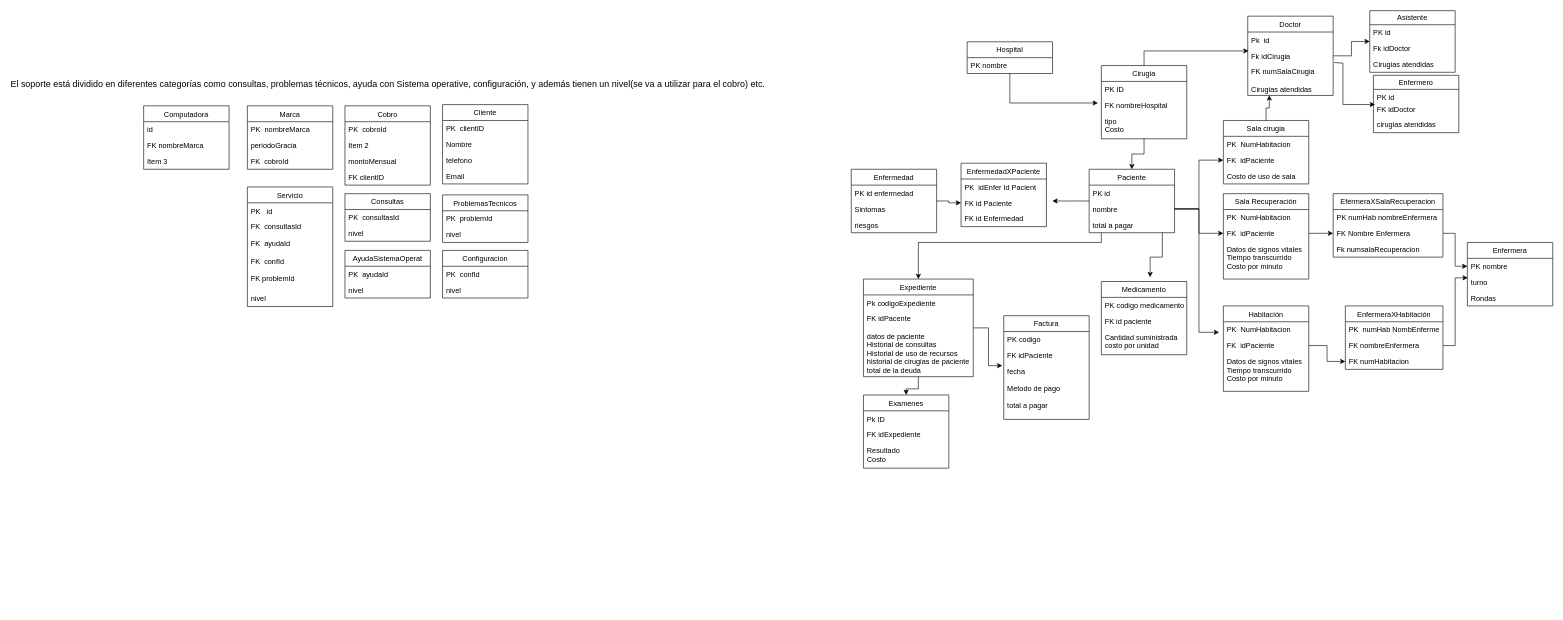
AlexAlvCe/Modelos-Diagramas-bases1 keeps this draw.io diagram as Untitled Diagram.drawio. Above is the earlier version. Source tidied: cells renumbered, new cells numbered last; positions are measured from the earlier drawing's top-left corner, leaving out a move shared by most shapes. Both pictures are drawn from the tidied source at 61%, with x=0, y=0 at pixel (40, 10).
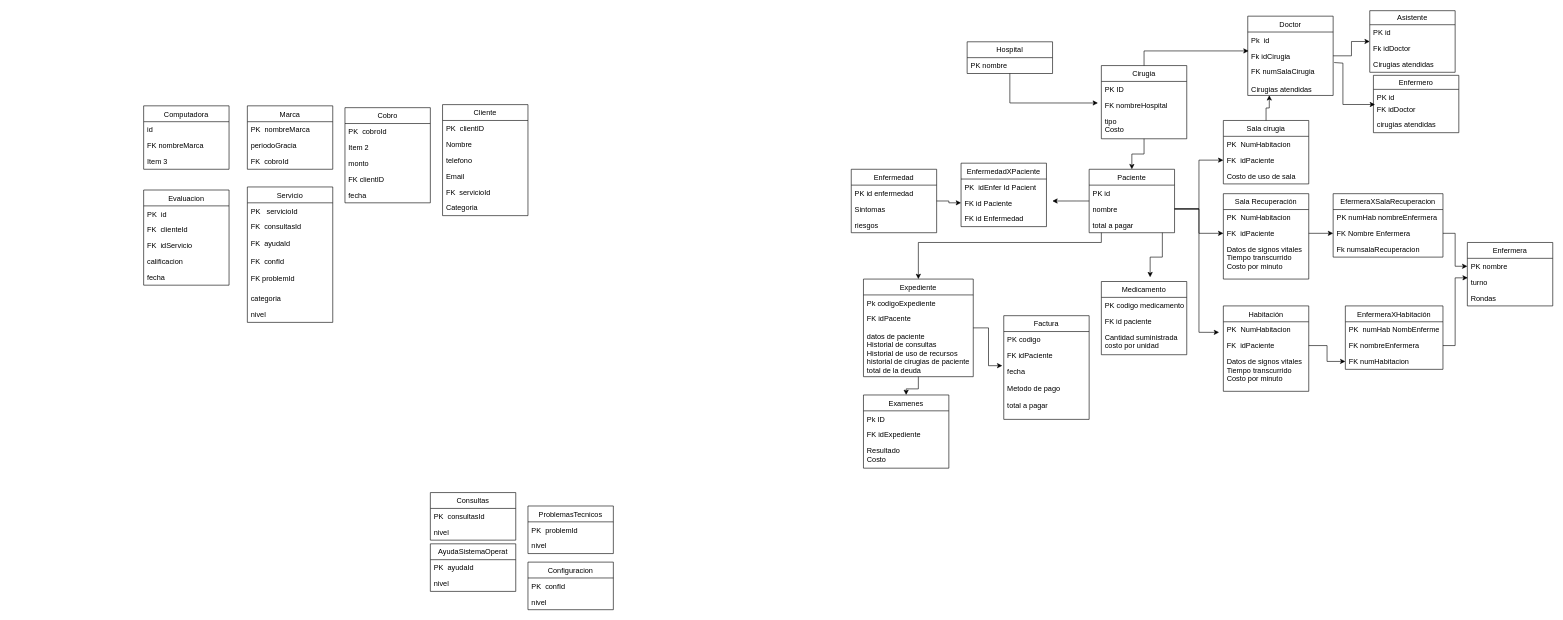
After the change.

Diff of the diagram source:
```diff
@@
-    <mxCell id="95" value="Consultas" style="swimlane;fontStyle=0;horizontal=1;startSize=26;fillColor=none;" parent="1" vertex="1">
-      <mxGeometry x="500" y="300" width="140" height="78" as="geometry" />
-    </mxCell>
-    <mxCell id="96" value="PK  consultasId" style="text;strokeColor=none;fillColor=none;align=left;verticalAlign=top;spacingLeft=4;spacingRight=4;overflow=hidden;" parent="95" vertex="1">
-      <mxGeometry y="26" width="140" height="26" as="geometry" />
-    </mxCell>
-    <mxCell id="97" value="nivel" style="text;strokeColor=none;fillColor=none;align=left;verticalAlign=top;spacingLeft=4;spacingRight=4;overflow=hidden;" parent="95" vertex="1">
-      <mxGeometry y="52" width="140" height="26" as="geometry" />
-    </mxCell>
     <mxCell id="98" value="Cobro" style="swimlane;fontStyle=0;horizontal=1;startSize=26;fillColor=none;" parent="1" vertex="1">
-      <mxGeometry x="500" y="156" width="140" height="130" as="geometry" />
+      <mxGeometry x="500" y="159" width="140" height="156" as="geometry" />
     </mxCell>
@@
-    <mxCell id="101" value="montoMensual" style="text;strokeColor=none;fillColor=none;align=left;verticalAlign=top;spacingLeft=4;spacingRight=4;overflow=hidden;" parent="98" vertex="1">
+    <mxCell id="101" value="monto" style="text;strokeColor=none;fillColor=none;align=left;verticalAlign=top;spacingLeft=4;spacingRight=4;overflow=hidden;" parent="98" vertex="1">
       <mxGeometry y="78" width="140" height="26" as="geometry" />
     </mxCell>
@@
+    <mxCell id="126" value="fecha" style="text;strokeColor=none;fillColor=none;align=left;verticalAlign=top;spacingLeft=4;spacingRight=4;overflow=hidden;" parent="98" vertex="1">
+      <mxGeometry y="130" width="140" height="26" as="geometry" />
+    </mxCell>
@@
     <mxCell id="107" value="Cliente" style="swimlane;fontStyle=0;horizontal=1;startSize=26;fillColor=none;" parent="1" vertex="1">
-      <mxGeometry x="660" y="154" width="140" height="130" as="geometry" />
+      <mxGeometry x="660" y="154" width="140" height="182" as="geometry" />
     </mxCell>
@@
-    <mxCell id="112" value="&lt;span style=&quot;font-family: &amp;#34;calibri&amp;#34; , sans-serif ; font-size: 14.6667px ; background-color: rgb(255 , 255 , 255)&quot;&gt; El soporte está dividido en diferentes categorías como consultas, problemas técnicos, ayuda con Sistema operative, configuración, y además tienen un nivel(se va a utilizar para el cobro) etc.&lt;/span&gt;" style="text;html=1;align=center;verticalAlign=middle;" parent="1" vertex="1">
-      <mxGeometry y="110" width="1140" height="20" as="geometry" />
-    </mxCell>
-    <mxCell id="113" value="ProblemasTecnicos" style="swimlane;fontStyle=0;horizontal=1;startSize=26;fillColor=none;" parent="1" vertex="1">
-      <mxGeometry x="660" y="302" width="140" height="78" as="geometry" />
-    </mxCell>
-    <mxCell id="114" value="PK  problemId" style="text;strokeColor=none;fillColor=none;align=left;verticalAlign=top;spacingLeft=4;spacingRight=4;overflow=hidden;" parent="113" vertex="1">
-      <mxGeometry y="26" width="140" height="26" as="geometry" />
-    </mxCell>
-    <mxCell id="115" value="nivel" style="text;strokeColor=none;fillColor=none;align=left;verticalAlign=top;spacingLeft=4;spacingRight=4;overflow=hidden;" parent="113" vertex="1">
-      <mxGeometry y="52" width="140" height="26" as="geometry" />
-    </mxCell>
+    <mxCell id="127" value="FK  servicioId" style="text;strokeColor=none;fillColor=none;align=left;verticalAlign=top;spacingLeft=4;spacingRight=4;overflow=hidden;" parent="107" vertex="1">
+      <mxGeometry y="130" width="140" height="26" as="geometry" />
+    </mxCell>
+    <mxCell id="128" value="Categoria" style="text;strokeColor=none;fillColor=none;align=left;verticalAlign=top;spacingLeft=4;spacingRight=4;overflow=hidden;" parent="107" vertex="1">
+      <mxGeometry y="156" width="140" height="26" as="geometry" />
+    </mxCell>
     <mxCell id="116" value="AyudaSistemaOperat" style="swimlane;fontStyle=0;horizontal=1;startSize=26;fillColor=none;" parent="1" vertex="1">
-      <mxGeometry x="500" y="393" width="140" height="78" as="geometry" />
+      <mxGeometry x="640" y="874" width="140" height="78" as="geometry" />
     </mxCell>
@@
     <mxCell id="119" value="Configuracion" style="swimlane;fontStyle=0;horizontal=1;startSize=26;fillColor=none;" parent="1" vertex="1">
-      <mxGeometry x="660" y="393" width="140" height="78" as="geometry" />
+      <mxGeometry x="800" y="904" width="140" height="78" as="geometry" />
     </mxCell>
@@
     <mxCell id="122" value="Servicio" style="swimlane;fontStyle=0;horizontal=1;startSize=26;fillColor=none;" parent="1" vertex="1">
-      <mxGeometry x="340" y="289" width="140" height="196" as="geometry" />
+      <mxGeometry x="340" y="289" width="140" height="222" as="geometry" />
     </mxCell>
-    <mxCell id="123" value="PK   id" style="text;strokeColor=none;fillColor=none;align=left;verticalAlign=top;spacingLeft=4;spacingRight=4;overflow=hidden;" parent="122" vertex="1">
+    <mxCell id="123" value="PK   servicioId" style="text;strokeColor=none;fillColor=none;align=left;verticalAlign=top;spacingLeft=4;spacingRight=4;overflow=hidden;" parent="122" vertex="1">
       <mxGeometry y="26" width="140" height="26" as="geometry" />
     </mxCell>
@@
-    <mxCell id="125" value="nivel" style="text;strokeColor=none;fillColor=none;align=left;verticalAlign=top;spacingLeft=4;spacingRight=4;overflow=hidden;" parent="122" vertex="1">
+    <mxCell id="125" value="categoria" style="text;strokeColor=none;fillColor=none;align=left;verticalAlign=top;spacingLeft=4;spacingRight=4;overflow=hidden;" parent="122" vertex="1">
       <mxGeometry y="170" width="140" height="26" as="geometry" />
     </mxCell>
+    <mxCell id="129" value="nivel" style="text;strokeColor=none;fillColor=none;align=left;verticalAlign=top;spacingLeft=4;spacingRight=4;overflow=hidden;" parent="122" vertex="1">
+      <mxGeometry y="196" width="140" height="26" as="geometry" />
+    </mxCell>
+    <mxCell id="95" value="Consultas" style="swimlane;fontStyle=0;horizontal=1;startSize=26;fillColor=none;" parent="1" vertex="1">
+      <mxGeometry x="640" y="790" width="140" height="78" as="geometry" />
+    </mxCell>
+    <mxCell id="96" value="PK  consultasId" style="text;strokeColor=none;fillColor=none;align=left;verticalAlign=top;spacingLeft=4;spacingRight=4;overflow=hidden;" parent="95" vertex="1">
+      <mxGeometry y="26" width="140" height="26" as="geometry" />
+    </mxCell>
+    <mxCell id="97" value="nivel" style="text;strokeColor=none;fillColor=none;align=left;verticalAlign=top;spacingLeft=4;spacingRight=4;overflow=hidden;" parent="95" vertex="1">
+      <mxGeometry y="52" width="140" height="26" as="geometry" />
+    </mxCell>
+    <mxCell id="113" value="ProblemasTecnicos" style="swimlane;fontStyle=0;horizontal=1;startSize=26;fillColor=none;" parent="1" vertex="1">
+      <mxGeometry x="800" y="812" width="140" height="78" as="geometry" />
+    </mxCell>
+    <mxCell id="114" value="PK  problemId" style="text;strokeColor=none;fillColor=none;align=left;verticalAlign=top;spacingLeft=4;spacingRight=4;overflow=hidden;" parent="113" vertex="1">
+      <mxGeometry y="26" width="140" height="26" as="geometry" />
+    </mxCell>
+    <mxCell id="115" value="nivel" style="text;strokeColor=none;fillColor=none;align=left;verticalAlign=top;spacingLeft=4;spacingRight=4;overflow=hidden;" parent="113" vertex="1">
+      <mxGeometry y="52" width="140" height="26" as="geometry" />
+    </mxCell>
+    <mxCell id="130" value="Evaluacion" style="swimlane;fontStyle=0;horizontal=1;startSize=26;fillColor=none;" parent="1" vertex="1">
+      <mxGeometry x="170" y="294" width="140" height="156" as="geometry" />
+    </mxCell>
+    <mxCell id="131" value="PK  id" style="text;strokeColor=none;fillColor=none;align=left;verticalAlign=top;spacingLeft=4;spacingRight=4;overflow=hidden;" parent="130" vertex="1">
+      <mxGeometry y="26" width="140" height="26" as="geometry" />
+    </mxCell>
+    <mxCell id="132" value="FK  clienteId" style="text;strokeColor=none;fillColor=none;align=left;verticalAlign=top;spacingLeft=4;spacingRight=4;overflow=hidden;" parent="130" vertex="1">
+      <mxGeometry y="52" width="140" height="26" as="geometry" />
+    </mxCell>
+    <mxCell id="133" value="FK  idServicio" style="text;strokeColor=none;fillColor=none;align=left;verticalAlign=top;spacingLeft=4;spacingRight=4;overflow=hidden;" parent="130" vertex="1">
+      <mxGeometry y="78" width="140" height="26" as="geometry" />
+    </mxCell>
+    <mxCell id="134" value="calificacion" style="text;strokeColor=none;fillColor=none;align=left;verticalAlign=top;spacingLeft=4;spacingRight=4;overflow=hidden;" parent="130" vertex="1">
+      <mxGeometry y="104" width="140" height="26" as="geometry" />
+    </mxCell>
+    <mxCell id="135" value="fecha" style="text;strokeColor=none;fillColor=none;align=left;verticalAlign=top;spacingLeft=4;spacingRight=4;overflow=hidden;" parent="130" vertex="1">
+      <mxGeometry y="130" width="140" height="26" as="geometry" />
+    </mxCell>
```
